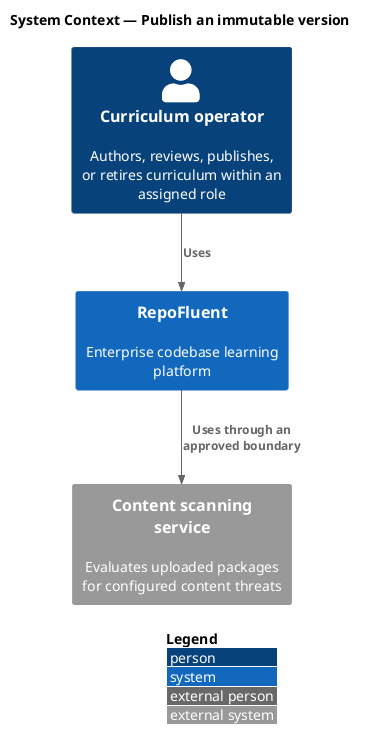
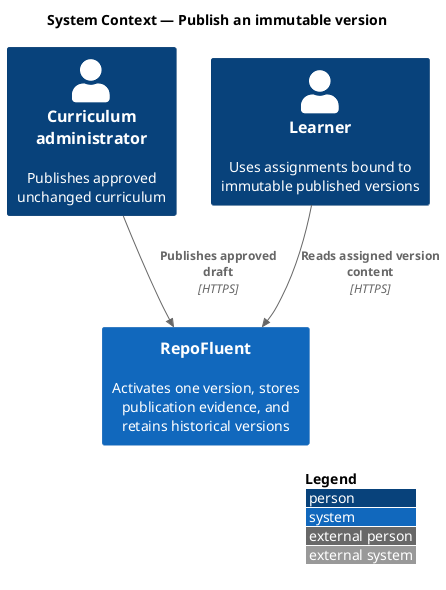
@startuml
!include <C4/C4_Context>
LAYOUT_WITH_LEGEND()
title System Context — Publish an immutable version

- Person(actor, "Curriculum operator", "Authors, reviews, publishes, or retires curriculum within an assigned role")
- System(repofluent, "RepoFluent", "Enterprise codebase learning platform")
- System_Ext(dependency, "Content scanning service", "Evaluates uploaded packages for configured content threats")
+ Person(admin, "Curriculum administrator", "Publishes approved unchanged curriculum")
+ Person(learner, "Learner", "Uses assignments bound to immutable published versions")
+ System(repofluent, "RepoFluent", "Activates one version, stores publication evidence, and retains historical versions")

- Rel(actor, repofluent, "Uses")
- Rel(repofluent, dependency, "Uses through an approved boundary")
+ Rel(admin, repofluent, "Publishes approved draft", "HTTPS")
+ Rel(learner, repofluent, "Reads assigned version content", "HTTPS")
@enduml
